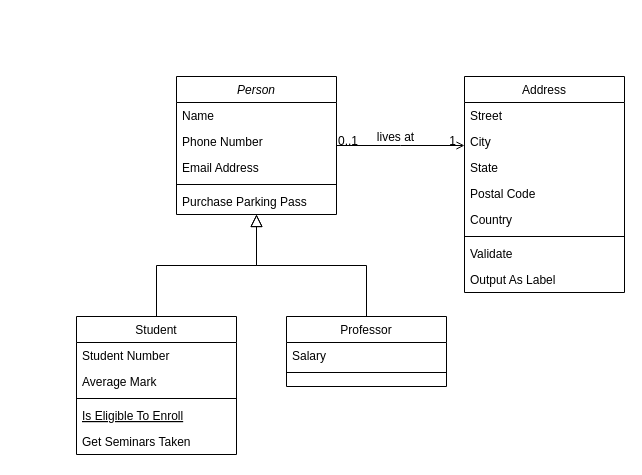
LuciusJay/DiagramDrawIO keeps this draw.io diagram as 未命名绘图.drawio. Above is the earlier version. Source tidied: cells renumbered, new cells numbered last; positions are measured from the earlier drawing's top-left corner, leaving out a move shared by most shapes. Both pictures are drawn from the tidied source at 100%, with x=0, y=0 at pixel (76, 76).
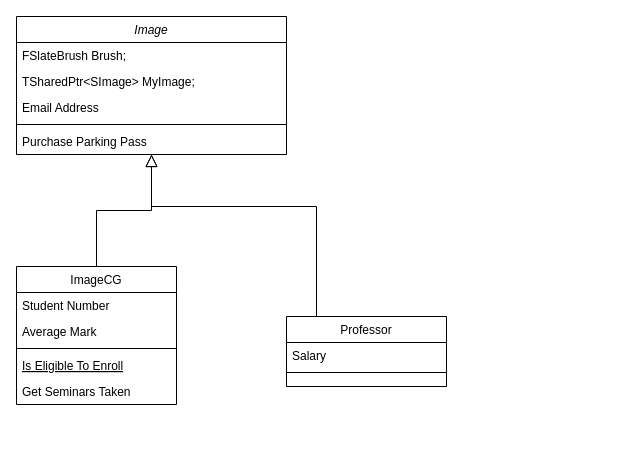
Above is the later version.

Commit message:
更新未命名绘图.drawio

Unchanged cells that the change refers to:
```xml
<mxCell id="15" value="Professor" style="swimlane;fontStyle=0;align=center;verticalAlign=top;horizontal=1;startSize=26;rounded=0;shadow=0;strokeWidth=1;" parent="1" vertex="1">
  <mxGeometry x="210" y="240" width="160" height="70" as="geometry" />
</mxCell>
```

Diff of the diagram source:
```diff
@@
-    <mxCell id="2" value="Person" style="swimlane;fontStyle=2;align=center;verticalAlign=top;horizontal=1;startSize=26;rounded=0;shadow=0;strokeWidth=1;" parent="1" vertex="1">
-      <mxGeometry x="100" width="160" height="138" as="geometry" />
+    <mxCell id="2" value="Image" style="swimlane;fontStyle=2;align=center;verticalAlign=top;horizontal=1;startSize=26;rounded=0;shadow=0;strokeWidth=1;" parent="1" vertex="1">
+      <mxGeometry x="-60" y="-60" width="270" height="138" as="geometry" />
     </mxCell>
-    <mxCell id="3" value="Name" style="text;align=left;verticalAlign=top;spacingLeft=4;spacingRight=4;overflow=hidden;" parent="2" vertex="1">
-      <mxGeometry y="26" width="160" height="26" as="geometry" />
+    <mxCell id="3" value="FSlateBrush Brush;" style="text;align=left;verticalAlign=top;spacingLeft=4;spacingRight=4;overflow=hidden;" parent="2" vertex="1">
+      <mxGeometry y="26" width="270" height="26" as="geometry" />
     </mxCell>
-    <mxCell id="4" value="Phone Number" style="text;align=left;verticalAlign=top;spacingLeft=4;spacingRight=4;overflow=hidden;rounded=0;shadow=0;html=0;" parent="2" vertex="1">
-      <mxGeometry y="52" width="160" height="26" as="geometry" />
+    <mxCell id="4" value="TSharedPtr&lt;SImage&gt; MyImage;" style="text;align=left;verticalAlign=top;spacingLeft=4;spacingRight=4;overflow=hidden;rounded=0;shadow=0;html=0;" parent="2" vertex="1">
+      <mxGeometry y="52" width="270" height="26" as="geometry" />
     </mxCell>
     <mxCell id="5" value="Email Address" style="text;align=left;verticalAlign=top;spacingLeft=4;spacingRight=4;overflow=hidden;rounded=0;shadow=0;html=0;" parent="2" vertex="1">
-      <mxGeometry y="78" width="160" height="26" as="geometry" />
+      <mxGeometry y="78" width="270" height="26" as="geometry" />
     </mxCell>
     <mxCell id="6" style="line;html=1;strokeWidth=1;align=left;verticalAlign=middle;spacingTop=-1;spacingLeft=3;spacingRight=3;labelPosition=right;" parent="2" vertex="1">
-      <mxGeometry y="104" width="160" height="8" as="geometry" />
+      <mxGeometry y="104" width="270" height="8" as="geometry" />
     </mxCell>
     <mxCell id="7" value="Purchase Parking Pass" style="text;align=left;verticalAlign=top;spacingLeft=4;spacingRight=4;overflow=hidden;" parent="2" vertex="1">
-      <mxGeometry y="112" width="160" height="26" as="geometry" />
+      <mxGeometry y="112" width="270" height="26" as="geometry" />
     </mxCell>
-    <mxCell id="8" value="Student" style="swimlane;fontStyle=0;align=center;verticalAlign=top;horizontal=1;startSize=26;rounded=0;shadow=0;strokeWidth=1;" parent="1" vertex="1">
-      <mxGeometry y="240" width="160" height="138" as="geometry" />
+    <mxCell id="8" value="ImageCG" style="swimlane;fontStyle=0;align=center;verticalAlign=top;horizontal=1;startSize=26;rounded=0;shadow=0;strokeWidth=1;" parent="1" vertex="1">
+      <mxGeometry x="-60" y="190" width="160" height="138" as="geometry" />
     </mxCell>
@@
     <mxCell id="18" style="endArrow=block;endSize=10;endFill=0;shadow=0;strokeWidth=1;rounded=0;edgeStyle=elbowEdgeStyle;elbow=vertical;" parent="1" edge="1" source="15" target="2">
-      <mxGeometry relative="1" as="geometry" />
+      <mxGeometry relative="1" as="geometry">
+        <Array as="points">
+          <mxPoint x="240" y="130" />
+        </Array>
+      </mxGeometry>
     </mxCell>
-    <mxCell id="19" value="Address" style="swimlane;fontStyle=0;align=center;verticalAlign=top;horizontal=1;startSize=26;rounded=0;shadow=0;strokeWidth=1;" parent="1" vertex="1">
-      <mxGeometry x="388" width="160" height="216" as="geometry" />
-    </mxCell>
-    <mxCell id="20" value="Street" style="text;align=left;verticalAlign=top;spacingLeft=4;spacingRight=4;overflow=hidden;" parent="19" vertex="1">
-      <mxGeometry y="26" width="160" height="26" as="geometry" />
-    </mxCell>
-    <mxCell id="21" value="City" style="text;align=left;verticalAlign=top;spacingLeft=4;spacingRight=4;overflow=hidden;rounded=0;shadow=0;html=0;" parent="19" vertex="1">
-      <mxGeometry y="52" width="160" height="26" as="geometry" />
-    </mxCell>
-    <mxCell id="22" value="State" style="text;align=left;verticalAlign=top;spacingLeft=4;spacingRight=4;overflow=hidden;rounded=0;shadow=0;html=0;" parent="19" vertex="1">
-      <mxGeometry y="78" width="160" height="26" as="geometry" />
-    </mxCell>
-    <mxCell id="23" value="Postal Code" style="text;align=left;verticalAlign=top;spacingLeft=4;spacingRight=4;overflow=hidden;rounded=0;shadow=0;html=0;" parent="19" vertex="1">
-      <mxGeometry y="104" width="160" height="26" as="geometry" />
-    </mxCell>
-    <mxCell id="24" value="Country" style="text;align=left;verticalAlign=top;spacingLeft=4;spacingRight=4;overflow=hidden;rounded=0;shadow=0;html=0;" parent="19" vertex="1">
-      <mxGeometry y="130" width="160" height="26" as="geometry" />
-    </mxCell>
-    <mxCell id="25" style="line;html=1;strokeWidth=1;align=left;verticalAlign=middle;spacingTop=-1;spacingLeft=3;spacingRight=3;labelPosition=right;" parent="19" vertex="1">
-      <mxGeometry y="156" width="160" height="8" as="geometry" />
-    </mxCell>
-    <mxCell id="26" value="Validate" style="text;align=left;verticalAlign=top;spacingLeft=4;spacingRight=4;overflow=hidden;" parent="19" vertex="1">
-      <mxGeometry y="164" width="160" height="26" as="geometry" />
-    </mxCell>
-    <mxCell id="27" value="Output As Label" style="text;align=left;verticalAlign=top;spacingLeft=4;spacingRight=4;overflow=hidden;" parent="19" vertex="1">
-      <mxGeometry y="190" width="160" height="26" as="geometry" />
-    </mxCell>
-    <mxCell id="28" style="endArrow=open;shadow=0;strokeWidth=1;rounded=0;endFill=1;edgeStyle=elbowEdgeStyle;elbow=vertical;" parent="1" edge="1" source="2" target="19">
-      <mxGeometry x="0.5" y="41" relative="1" as="geometry">
-        <mxPoint x="-40" y="32" as="offset" />
-      </mxGeometry>
-    </mxCell>
-    <mxCell id="29" value="0..1" style="align=left;verticalAlign=bottom;labelBackgroundColor=none;fontSize=12;" parent="28" vertex="1">
-      <mxGeometry x="-1" relative="1" as="geometry">
-        <mxPoint y="4" as="offset" />
-      </mxGeometry>
-    </mxCell>
-    <mxCell id="30" value="1" style="align=right;verticalAlign=bottom;labelBackgroundColor=none;fontSize=12;" parent="28" vertex="1">
-      <mxGeometry x="1" relative="1" as="geometry">
-        <mxPoint x="-7" y="4" as="offset" />
-      </mxGeometry>
-    </mxCell>
-    <mxCell id="31" value="lives at" style="text;html=1;align=center;verticalAlign=middle;labelBackgroundColor=none;rounded=0;shadow=0;strokeWidth=1;fontSize=12;" parent="28" vertex="1">
-      <mxGeometry x="0.5" y="49" relative="1" as="geometry">
-        <mxPoint x="-38" y="40" as="offset" />
-      </mxGeometry>
-    </mxCell>
```
